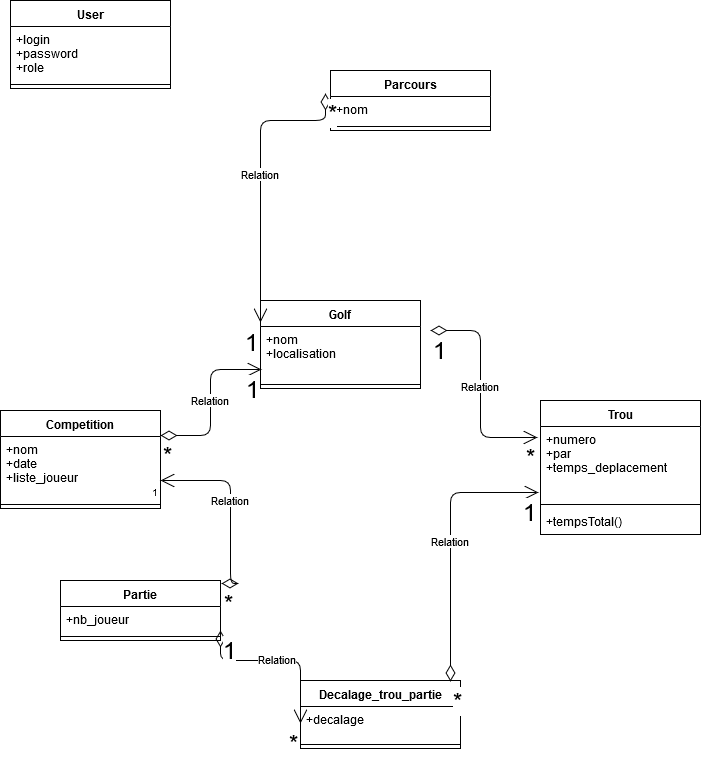
VasseurWilliam/golf keeps this draw.io diagram as projet_golf/analyse/diagramme_classe_avancée.png. Above is the earlier version. Source tidied: cells renumbered, new cells last; positions are measured from the earlier drawing's top-left corner, leaving out a move shared by most shapes. Source of this version:
```xml
<mxGraphModel>
  <root>
    <mxCell id="0" />
    <mxCell id="1" parent="0" />
    <mxCell id="2" value="Golf" style="swimlane;fontStyle=1;align=center;verticalAlign=top;horizontal=1;startSize=26;" parent="1" vertex="1">
      <mxGeometry x="260" y="300" width="160" height="88" as="geometry" />
    </mxCell>
    <mxCell id="3" value="+nom&#10;+localisation&#10;" style="text;strokeColor=none;fillColor=none;align=left;verticalAlign=top;spacingLeft=4;spacingRight=4;overflow=hidden;points=[[0,0.5],[1,0.5]];portConstraint=eastwest;" parent="2" vertex="1">
      <mxGeometry y="26" width="160" height="54" as="geometry" />
    </mxCell>
    <mxCell id="4" style="line;strokeWidth=1;fillColor=none;align=left;verticalAlign=middle;spacingTop=-1;spacingLeft=3;spacingRight=3;labelPosition=right;" parent="2" vertex="1">
      <mxGeometry y="80" width="160" height="8" as="geometry" />
    </mxCell>
    <mxCell id="5" value="Trou" style="swimlane;fontStyle=1;align=center;verticalAlign=top;horizontal=1;startSize=26;" parent="1" vertex="1">
      <mxGeometry x="540" y="400" width="160" height="134" as="geometry" />
    </mxCell>
    <mxCell id="6" value="+numero&#10;+par&#10;+temps_deplacement&#10;" style="text;strokeColor=none;fillColor=none;align=left;verticalAlign=top;spacingLeft=4;spacingRight=4;overflow=hidden;points=[[0,0.5],[1,0.5]];portConstraint=eastwest;" parent="5" vertex="1">
      <mxGeometry y="26" width="160" height="74" as="geometry" />
    </mxCell>
    <mxCell id="7" style="line;strokeWidth=1;fillColor=none;align=left;verticalAlign=middle;spacingTop=-1;spacingLeft=3;spacingRight=3;labelPosition=right;" parent="5" vertex="1">
      <mxGeometry y="100" width="160" height="8" as="geometry" />
    </mxCell>
    <mxCell id="8" value="+tempsTotal()" style="text;strokeColor=none;fillColor=none;align=left;verticalAlign=top;spacingLeft=4;spacingRight=4;overflow=hidden;" parent="5" vertex="1">
      <mxGeometry y="108" width="160" height="26" as="geometry" />
    </mxCell>
    <mxCell id="9" value="Decalage_trou_partie" style="swimlane;fontStyle=1;align=center;verticalAlign=top;horizontal=1;startSize=26;" parent="1" vertex="1">
      <mxGeometry x="300" y="680" width="160" height="68" as="geometry" />
    </mxCell>
    <mxCell id="10" value="+decalage" style="text;strokeColor=none;fillColor=none;align=left;verticalAlign=top;spacingLeft=4;spacingRight=4;overflow=hidden;points=[[0,0.5],[1,0.5]];portConstraint=eastwest;" parent="9" vertex="1">
      <mxGeometry y="26" width="160" height="34" as="geometry" />
    </mxCell>
    <mxCell id="11" style="line;strokeWidth=1;fillColor=none;align=left;verticalAlign=middle;spacingTop=-1;spacingLeft=3;spacingRight=3;labelPosition=right;" parent="9" vertex="1">
      <mxGeometry y="60" width="160" height="8" as="geometry" />
    </mxCell>
    <mxCell id="12" value="Partie" style="swimlane;fontStyle=1;align=center;verticalAlign=top;horizontal=1;startSize=26;" parent="1" vertex="1">
      <mxGeometry x="60" y="580" width="160" height="60" as="geometry" />
    </mxCell>
    <mxCell id="13" value="+nb_joueur" style="text;strokeColor=none;fillColor=none;align=left;verticalAlign=top;spacingLeft=4;spacingRight=4;overflow=hidden;" parent="12" vertex="1">
      <mxGeometry y="26" width="160" height="26" as="geometry" />
    </mxCell>
    <mxCell id="14" style="line;strokeWidth=1;fillColor=none;align=left;verticalAlign=middle;spacingTop=-1;spacingLeft=3;spacingRight=3;labelPosition=right;" parent="12" vertex="1">
      <mxGeometry y="52" width="160" height="8" as="geometry" />
    </mxCell>
    <mxCell id="15" value="Competition" style="swimlane;fontStyle=1;align=center;verticalAlign=top;horizontal=1;startSize=26;" parent="1" vertex="1">
      <mxGeometry y="410" width="160" height="98" as="geometry" />
    </mxCell>
    <mxCell id="16" value="+nom&#10;+date&#10;+liste_joueur&#10;" style="text;strokeColor=none;fillColor=none;align=left;verticalAlign=top;spacingLeft=4;spacingRight=4;overflow=hidden;points=[[0,0.5],[1,0.5]];portConstraint=eastwest;" parent="15" vertex="1">
      <mxGeometry y="26" width="160" height="64" as="geometry" />
    </mxCell>
    <mxCell id="17" style="line;strokeWidth=1;fillColor=none;align=left;verticalAlign=middle;spacingTop=-1;spacingLeft=3;spacingRight=3;labelPosition=right;" parent="15" vertex="1">
      <mxGeometry y="90" width="160" height="8" as="geometry" />
    </mxCell>
    <mxCell id="18" value="Parcours" style="swimlane;fontStyle=1;align=center;verticalAlign=top;horizontal=1;startSize=26;" parent="1" vertex="1">
      <mxGeometry x="330" y="70" width="160" height="60" as="geometry" />
    </mxCell>
    <mxCell id="19" value="+nom" style="text;strokeColor=none;fillColor=none;align=left;verticalAlign=top;spacingLeft=4;spacingRight=4;overflow=hidden;points=[[0,0.5],[1,0.5]];portConstraint=eastwest;" parent="18" vertex="1">
      <mxGeometry y="26" width="160" height="26" as="geometry" />
    </mxCell>
    <mxCell id="20" style="line;strokeWidth=1;fillColor=none;align=left;verticalAlign=middle;spacingTop=-1;spacingLeft=3;spacingRight=3;labelPosition=right;" parent="18" vertex="1">
      <mxGeometry y="52" width="160" height="8" as="geometry" />
    </mxCell>
    <mxCell id="21" value="Relation" style="endArrow=open;html=1;endSize=12;startArrow=diamondThin;startSize=14;startFill=0;edgeStyle=orthogonalEdgeStyle;entryX=0;entryY=0.5;entryDx=0;entryDy=0;" parent="1" edge="1" target="10">
      <mxGeometry relative="1" as="geometry">
        <mxPoint x="220" y="630" as="sourcePoint" />
        <Array as="points">
          <mxPoint x="270" y="660" />
          <mxPoint x="390" y="660" />
        </Array>
      </mxGeometry>
    </mxCell>
    <mxCell id="22" value="&lt;font style=&quot;font-size: 24px&quot;&gt;1&lt;/font&gt;" style="html=1;align=left;verticalAlign=top;labelBackgroundColor=#ffffff;fontSize=10;" parent="21" vertex="1">
      <mxGeometry x="-1" relative="1" as="geometry" />
    </mxCell>
    <mxCell id="23" value="&lt;font style=&quot;font-size: 24px&quot;&gt;*&lt;/font&gt;" style="html=1;align=right;verticalAlign=top;labelBackgroundColor=#ffffff;fontSize=10;" parent="21" vertex="1">
      <mxGeometry x="1" relative="1" as="geometry" />
    </mxCell>
    <mxCell id="24" value="Relation" style="endArrow=open;html=1;endSize=12;startArrow=diamondThin;startSize=14;startFill=0;edgeStyle=orthogonalEdgeStyle;entryX=1;entryY=0.688;entryDx=0;entryDy=0;exitX=1.006;exitY=0.05;exitDx=0;exitDy=0;exitPerimeter=0;entryPerimeter=0;" parent="1" edge="1" source="12" target="16">
      <mxGeometry relative="1" as="geometry" />
    </mxCell>
    <mxCell id="25" value="&lt;font style=&quot;font-size: 24px&quot;&gt;*&lt;/font&gt;" style="html=1;align=left;verticalAlign=top;labelBackgroundColor=#ffffff;fontSize=10;" parent="24" vertex="1">
      <mxGeometry x="-1" relative="1" as="geometry" />
    </mxCell>
    <mxCell id="26" value="1" style="html=1;align=right;verticalAlign=top;labelBackgroundColor=#ffffff;fontSize=10;" parent="24" vertex="1">
      <mxGeometry x="1" relative="1" as="geometry" />
    </mxCell>
    <mxCell id="27" value="Relation" style="endArrow=open;html=1;endSize=12;startArrow=diamondThin;startSize=14;startFill=0;edgeStyle=orthogonalEdgeStyle;exitX=1;exitY=0.25;exitDx=0;exitDy=0;entryX=0.006;entryY=0.796;entryDx=0;entryDy=0;entryPerimeter=0;" parent="1" edge="1" source="15" target="3">
      <mxGeometry relative="1" as="geometry" />
    </mxCell>
    <mxCell id="28" value="&lt;font style=&quot;font-size: 24px&quot;&gt;*&lt;/font&gt;" style="html=1;align=left;verticalAlign=top;labelBackgroundColor=#ffffff;fontSize=10;" parent="27" vertex="1">
      <mxGeometry x="-1" relative="1" as="geometry" />
    </mxCell>
    <mxCell id="29" value="&lt;font style=&quot;font-size: 24px&quot;&gt;1&lt;/font&gt;" style="html=1;align=right;verticalAlign=top;labelBackgroundColor=#ffffff;fontSize=10;" parent="27" vertex="1">
      <mxGeometry x="1" relative="1" as="geometry" />
    </mxCell>
    <mxCell id="30" value="Relation" style="endArrow=open;html=1;endSize=12;startArrow=diamondThin;startSize=14;startFill=0;edgeStyle=orthogonalEdgeStyle;entryX=-0.019;entryY=0.149;entryDx=0;entryDy=0;entryPerimeter=0;exitX=1.063;exitY=0.074;exitDx=0;exitDy=0;exitPerimeter=0;" parent="1" edge="1" source="3" target="6">
      <mxGeometry relative="1" as="geometry" />
    </mxCell>
    <mxCell id="31" value="&lt;font style=&quot;font-size: 24px&quot;&gt;1&lt;/font&gt;" style="html=1;align=left;verticalAlign=top;labelBackgroundColor=#ffffff;fontSize=10;" parent="30" vertex="1">
      <mxGeometry x="-1" relative="1" as="geometry" />
    </mxCell>
    <mxCell id="32" value="&lt;font style=&quot;font-size: 24px&quot;&gt;*&lt;/font&gt;" style="html=1;align=right;verticalAlign=top;labelBackgroundColor=#ffffff;fontSize=10;" parent="30" vertex="1">
      <mxGeometry x="1" relative="1" as="geometry" />
    </mxCell>
    <mxCell id="33" value="Relation" style="endArrow=open;html=1;endSize=12;startArrow=diamondThin;startSize=14;startFill=0;edgeStyle=orthogonalEdgeStyle;exitX=0.938;exitY=0.015;exitDx=0;exitDy=0;exitPerimeter=0;entryX=-0.012;entryY=0.892;entryDx=0;entryDy=0;entryPerimeter=0;" parent="1" edge="1" source="9" target="6">
      <mxGeometry relative="1" as="geometry" />
    </mxCell>
    <mxCell id="34" value="&lt;font style=&quot;font-size: 24px&quot;&gt;*&lt;/font&gt;" style="html=1;align=left;verticalAlign=top;labelBackgroundColor=#ffffff;fontSize=10;" parent="33" vertex="1">
      <mxGeometry x="-1" relative="1" as="geometry" />
    </mxCell>
    <mxCell id="35" value="&lt;font style=&quot;font-size: 24px&quot;&gt;1&lt;/font&gt;" style="html=1;align=right;verticalAlign=top;labelBackgroundColor=#ffffff;fontSize=10;" parent="33" vertex="1">
      <mxGeometry x="1" relative="1" as="geometry" />
    </mxCell>
    <mxCell id="36" value="Relation" style="endArrow=open;html=1;endSize=12;startArrow=diamondThin;startSize=14;startFill=0;edgeStyle=orthogonalEdgeStyle;entryX=0;entryY=0.25;entryDx=0;entryDy=0;exitX=-0.031;exitY=-0.115;exitDx=0;exitDy=0;exitPerimeter=0;" parent="1" edge="1" source="19" target="2">
      <mxGeometry relative="1" as="geometry">
        <Array as="points">
          <mxPoint x="325" y="120" />
          <mxPoint x="260" y="120" />
        </Array>
      </mxGeometry>
    </mxCell>
    <mxCell id="37" value="&lt;font style=&quot;font-size: 24px&quot;&gt;*&lt;/font&gt;" style="html=1;align=left;verticalAlign=top;labelBackgroundColor=#ffffff;fontSize=10;" parent="36" vertex="1">
      <mxGeometry x="-1" relative="1" as="geometry" />
    </mxCell>
    <mxCell id="38" value="&lt;font style=&quot;font-size: 24px&quot;&gt;1&lt;/font&gt;" style="html=1;align=right;verticalAlign=top;labelBackgroundColor=#ffffff;fontSize=10;" parent="36" vertex="1">
      <mxGeometry x="1" relative="1" as="geometry" />
    </mxCell>
    <mxCell id="39" value="User" style="swimlane;fontStyle=1;align=center;verticalAlign=top;horizontal=1;startSize=26;" parent="1" vertex="1">
      <mxGeometry x="10" width="160" height="88" as="geometry" />
    </mxCell>
    <mxCell id="40" value="+login&#10;+password&#10;+role&#10;" style="text;strokeColor=none;fillColor=none;align=left;verticalAlign=top;spacingLeft=4;spacingRight=4;overflow=hidden;" parent="39" vertex="1">
      <mxGeometry y="26" width="160" height="54" as="geometry" />
    </mxCell>
    <mxCell id="41" style="line;strokeWidth=1;fillColor=none;align=left;verticalAlign=middle;spacingTop=-1;spacingLeft=3;spacingRight=3;labelPosition=right;" parent="39" vertex="1">
      <mxGeometry y="80" width="160" height="8" as="geometry" />
    </mxCell>
  </root>
</mxGraphModel>
```
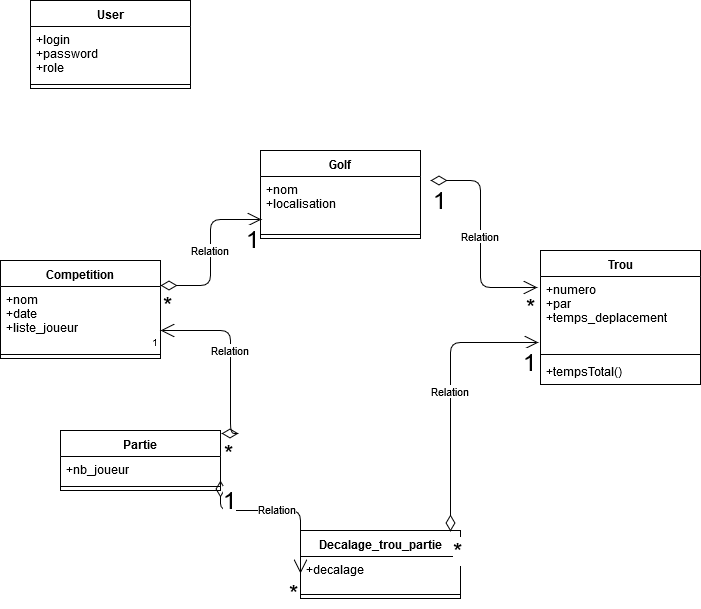
Above is the later version.

What changed in the source:
```diff
@@ -50,15 +50,6 @@
     <mxCell id="17" style="line;strokeWidth=1;fillColor=none;align=left;verticalAlign=middle;spacingTop=-1;spacingLeft=3;spacingRight=3;labelPosition=right;" parent="15" vertex="1">
       <mxGeometry y="90" width="160" height="8" as="geometry" />
     </mxCell>
-    <mxCell id="18" value="Parcours" style="swimlane;fontStyle=1;align=center;verticalAlign=top;horizontal=1;startSize=26;" parent="1" vertex="1">
-      <mxGeometry x="330" y="70" width="160" height="60" as="geometry" />
-    </mxCell>
-    <mxCell id="19" value="+nom" style="text;strokeColor=none;fillColor=none;align=left;verticalAlign=top;spacingLeft=4;spacingRight=4;overflow=hidden;points=[[0,0.5],[1,0.5]];portConstraint=eastwest;" parent="18" vertex="1">
-      <mxGeometry y="26" width="160" height="26" as="geometry" />
-    </mxCell>
-    <mxCell id="20" style="line;strokeWidth=1;fillColor=none;align=left;verticalAlign=middle;spacingTop=-1;spacingLeft=3;spacingRight=3;labelPosition=right;" parent="18" vertex="1">
-      <mxGeometry y="52" width="160" height="8" as="geometry" />
-    </mxCell>
     <mxCell id="21" value="Relation" style="endArrow=open;html=1;endSize=12;startArrow=diamondThin;startSize=14;startFill=0;edgeStyle=orthogonalEdgeStyle;entryX=0;entryY=0.5;entryDx=0;entryDy=0;" parent="1" edge="1" target="10">
       <mxGeometry relative="1" as="geometry">
         <mxPoint x="220" y="630" as="sourcePoint" />
@@ -110,22 +101,8 @@
     <mxCell id="35" value="&lt;font style=&quot;font-size: 24px&quot;&gt;1&lt;/font&gt;" style="html=1;align=right;verticalAlign=top;labelBackgroundColor=#ffffff;fontSize=10;" parent="33" vertex="1">
       <mxGeometry x="1" relative="1" as="geometry" />
     </mxCell>
-    <mxCell id="36" value="Relation" style="endArrow=open;html=1;endSize=12;startArrow=diamondThin;startSize=14;startFill=0;edgeStyle=orthogonalEdgeStyle;entryX=0;entryY=0.25;entryDx=0;entryDy=0;exitX=-0.031;exitY=-0.115;exitDx=0;exitDy=0;exitPerimeter=0;" parent="1" edge="1" source="19" target="2">
-      <mxGeometry relative="1" as="geometry">
-        <Array as="points">
-          <mxPoint x="325" y="120" />
-          <mxPoint x="260" y="120" />
-        </Array>
-      </mxGeometry>
-    </mxCell>
-    <mxCell id="37" value="&lt;font style=&quot;font-size: 24px&quot;&gt;*&lt;/font&gt;" style="html=1;align=left;verticalAlign=top;labelBackgroundColor=#ffffff;fontSize=10;" parent="36" vertex="1">
-      <mxGeometry x="-1" relative="1" as="geometry" />
-    </mxCell>
-    <mxCell id="38" value="&lt;font style=&quot;font-size: 24px&quot;&gt;1&lt;/font&gt;" style="html=1;align=right;verticalAlign=top;labelBackgroundColor=#ffffff;fontSize=10;" parent="36" vertex="1">
-      <mxGeometry x="1" relative="1" as="geometry" />
-    </mxCell>
     <mxCell id="39" value="User" style="swimlane;fontStyle=1;align=center;verticalAlign=top;horizontal=1;startSize=26;" parent="1" vertex="1">
-      <mxGeometry x="10" width="160" height="88" as="geometry" />
+      <mxGeometry x="30" y="150" width="160" height="88" as="geometry" />
     </mxCell>
     <mxCell id="40" value="+login&#10;+password&#10;+role&#10;" style="text;strokeColor=none;fillColor=none;align=left;verticalAlign=top;spacingLeft=4;spacingRight=4;overflow=hidden;" parent="39" vertex="1">
       <mxGeometry y="26" width="160" height="54" as="geometry" />
```
